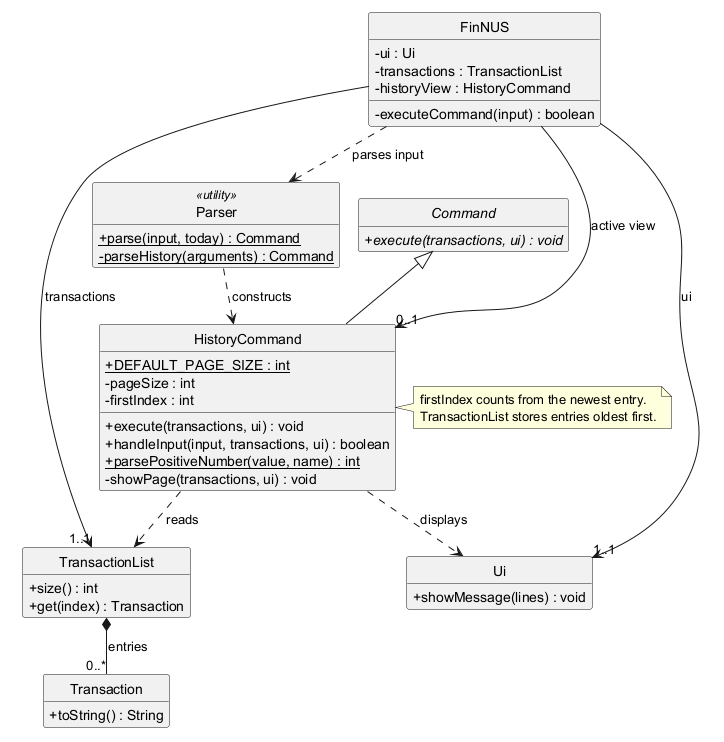
Before: docs/images/HistoryClassDiagram.png, a diagram exported from PlantUML (AY2627S1-CS2113-W13-2/tp).
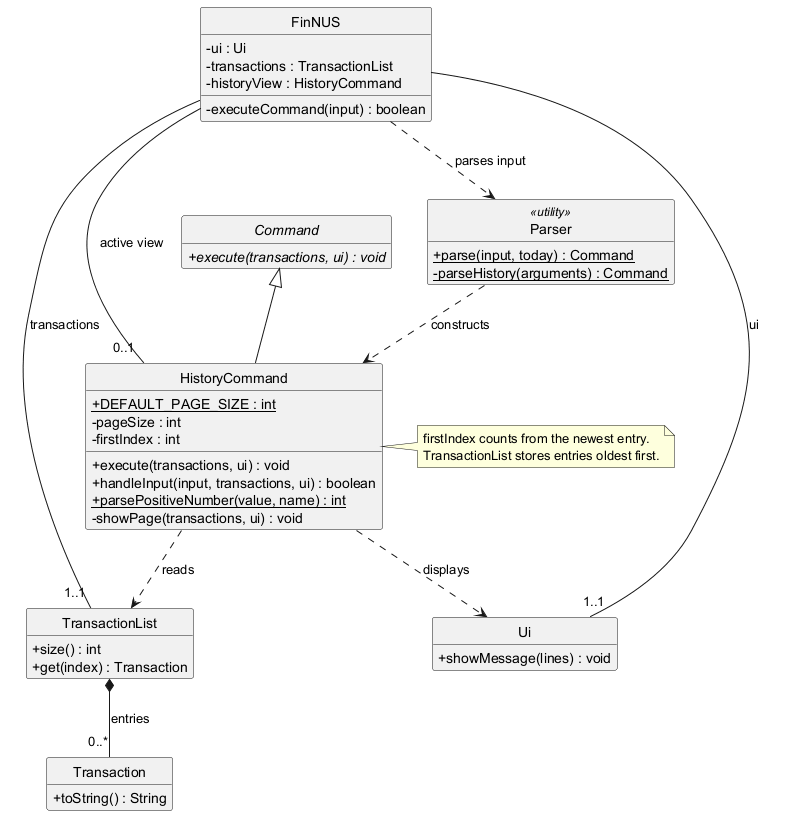
The same file after the commit.

Commit message:
Improve history class diagram multiplicity readability

Use plain associations for FinNUS references and let the standard PlantUML layout position their cardinalities away from arrowheads. Regenerate the image so the developer guide shows legible multiplicities.

What changed in the source:
```diff
@@ -1,5 +1,4 @@
 @startuml HistoryClassDiagram
-!pragma layout smetana
 hide circle
 hide empty members
 skinparam shadowing false
@@ -45,9 +44,9 @@
 }
 
 Command <|-- HistoryCommand
-FinNUS --> "1..1" Ui : ui
-FinNUS --> "1..1" TransactionList : transactions
-FinNUS --> "0..1" HistoryCommand : active view
+FinNUS -- "1..1" Ui : ui
+FinNUS -- "1..1" TransactionList : transactions
+FinNUS -- "0..1" HistoryCommand : active view
 FinNUS ..> Parser : parses input
 Parser ..> HistoryCommand : constructs
 HistoryCommand ..> TransactionList : reads
```
